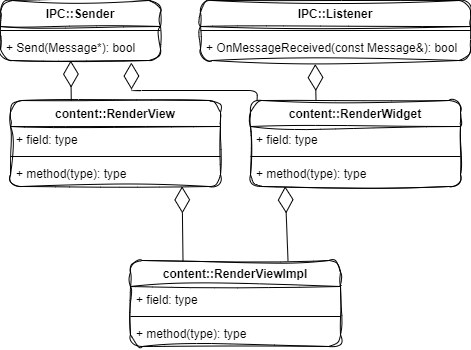
Earlier version of the draw.io export chromium/chromium/IPC/markdownimage/02renderprocess.drawio.png (Oreoxp/StudyDiary). Source tidied: cells renumbered, new cells last; positions are measured from the earlier drawing's top-left corner, leaving out a move shared by most shapes. Source of this version:
```xml
<mxGraphModel>
  <root>
    <mxCell id="0" />
    <mxCell id="1" parent="0" />
    <mxCell id="2" value="content::RenderViewImpl" style="swimlane;fontStyle=1;align=center;verticalAlign=top;horizontal=1;startSize=26;rounded=1;sketch=1;curveFitting=1;jiggle=2;" parent="1" vertex="1">
      <mxGeometry x="130" y="260" width="210" height="86" as="geometry" />
    </mxCell>
    <mxCell id="3" value="+ field: type" style="text;strokeColor=none;fillColor=none;align=left;verticalAlign=top;spacingLeft=4;spacingRight=4;overflow=hidden;points=[[0,0.5],[1,0.5]];portConstraint=eastwest;" parent="2" vertex="1">
      <mxGeometry y="26" width="210" height="26" as="geometry" />
    </mxCell>
    <mxCell id="4" style="line;strokeWidth=1;fillColor=none;align=left;verticalAlign=middle;spacingTop=-1;spacingLeft=3;spacingRight=3;labelPosition=right;strokeColor=inherit;" parent="2" vertex="1">
      <mxGeometry y="52" width="210" height="8" as="geometry" />
    </mxCell>
    <mxCell id="5" value="+ method(type): type" style="text;strokeColor=none;fillColor=none;align=left;verticalAlign=top;spacingLeft=4;spacingRight=4;overflow=hidden;" parent="2" vertex="1">
      <mxGeometry y="60" width="210" height="26" as="geometry" />
    </mxCell>
    <mxCell id="6" value="content::RenderWidget" style="swimlane;fontStyle=1;align=center;verticalAlign=top;horizontal=1;startSize=26;rounded=1;sketch=1;curveFitting=1;jiggle=2;" parent="1" vertex="1">
      <mxGeometry x="250" y="100" width="210" height="86" as="geometry" />
    </mxCell>
    <mxCell id="7" value="+ field: type" style="text;strokeColor=none;fillColor=none;align=left;verticalAlign=top;spacingLeft=4;spacingRight=4;overflow=hidden;" parent="6" vertex="1">
      <mxGeometry y="26" width="210" height="26" as="geometry" />
    </mxCell>
    <mxCell id="8" style="line;strokeWidth=1;fillColor=none;align=left;verticalAlign=middle;spacingTop=-1;spacingLeft=3;spacingRight=3;labelPosition=right;strokeColor=inherit;" parent="6" vertex="1">
      <mxGeometry y="52" width="210" height="8" as="geometry" />
    </mxCell>
    <mxCell id="9" value="+ method(type): type" style="text;strokeColor=none;fillColor=none;align=left;verticalAlign=top;spacingLeft=4;spacingRight=4;overflow=hidden;points=[[0,0.5],[1,0.5]];portConstraint=eastwest;" parent="6" vertex="1">
      <mxGeometry y="60" width="210" height="26" as="geometry" />
    </mxCell>
    <mxCell id="10" value="content::RenderView" style="swimlane;fontStyle=1;align=center;verticalAlign=top;horizontal=1;startSize=26;rounded=1;sketch=1;curveFitting=1;jiggle=2;" parent="1" vertex="1">
      <mxGeometry x="10" y="100" width="210" height="86" as="geometry" />
    </mxCell>
    <mxCell id="11" value="+ field: type" style="text;strokeColor=none;fillColor=none;align=left;verticalAlign=top;spacingLeft=4;spacingRight=4;overflow=hidden;" parent="10" vertex="1">
      <mxGeometry y="26" width="210" height="26" as="geometry" />
    </mxCell>
    <mxCell id="12" style="line;strokeWidth=1;fillColor=none;align=left;verticalAlign=middle;spacingTop=-1;spacingLeft=3;spacingRight=3;labelPosition=right;strokeColor=inherit;" parent="10" vertex="1">
      <mxGeometry y="52" width="210" height="8" as="geometry" />
    </mxCell>
    <mxCell id="13" value="+ method(type): type" style="text;strokeColor=none;fillColor=none;align=left;verticalAlign=top;spacingLeft=4;spacingRight=4;overflow=hidden;points=[[0,0.5],[1,0.5]];portConstraint=eastwest;" parent="10" vertex="1">
      <mxGeometry y="60" width="210" height="26" as="geometry" />
    </mxCell>
    <mxCell id="14" style="endArrow=diamondThin;endFill=0;endSize=24;html=1;exitX=0.25;exitY=0;exitDx=0;exitDy=0;entryX=0.817;entryY=0.995;entryDx=0;entryDy=0;entryPerimeter=0;" parent="1" edge="1" source="2" target="13">
      <mxGeometry relative="1" as="geometry" />
    </mxCell>
    <mxCell id="15" style="endArrow=diamondThin;endFill=0;endSize=24;html=1;exitX=0.75;exitY=0;exitDx=0;exitDy=0;entryX=0.165;entryY=0.995;entryDx=0;entryDy=0;entryPerimeter=0;" parent="1" edge="1" source="2" target="9">
      <mxGeometry relative="1" as="geometry" />
    </mxCell>
    <mxCell id="16" value="IPC::Listener" style="swimlane;fontStyle=1;align=center;verticalAlign=top;horizontal=1;startSize=26;rounded=1;sketch=1;curveFitting=1;jiggle=2;swimlaneLine=1;shadow=0;glass=0;" parent="1" vertex="1">
      <mxGeometry x="200" width="270" height="60" as="geometry" />
    </mxCell>
    <mxCell id="17" style="line;strokeWidth=1;fillColor=none;align=left;verticalAlign=middle;spacingTop=-1;spacingLeft=3;spacingRight=3;labelPosition=right;strokeColor=inherit;" parent="16" vertex="1">
      <mxGeometry y="26" width="270" height="8" as="geometry" />
    </mxCell>
    <mxCell id="18" value="+ OnMessageReceived(const Message&amp;): bool " style="text;strokeColor=none;fillColor=none;align=left;verticalAlign=top;spacingLeft=4;spacingRight=4;overflow=hidden;points=[[0,0.5],[1,0.5]];portConstraint=eastwest;" parent="16" vertex="1">
      <mxGeometry y="34" width="270" height="26" as="geometry" />
    </mxCell>
    <mxCell id="19" value="IPC::Sender" style="swimlane;fontStyle=1;align=center;verticalAlign=top;horizontal=1;startSize=26;rounded=1;sketch=1;curveFitting=1;jiggle=2;swimlaneLine=1;shadow=0;glass=0;" parent="1" vertex="1">
      <mxGeometry width="160" height="60" as="geometry" />
    </mxCell>
    <mxCell id="20" style="line;strokeWidth=1;fillColor=none;align=left;verticalAlign=middle;spacingTop=-1;spacingLeft=3;spacingRight=3;labelPosition=right;strokeColor=inherit;" parent="19" vertex="1">
      <mxGeometry y="26" width="160" height="8" as="geometry" />
    </mxCell>
    <mxCell id="21" value="+ Send(Message*): bool" style="text;strokeColor=none;fillColor=none;align=left;verticalAlign=top;spacingLeft=4;spacingRight=4;overflow=hidden;points=[[0,0.5],[1,0.5]];portConstraint=eastwest;" parent="19" vertex="1">
      <mxGeometry y="34" width="160" height="26" as="geometry" />
    </mxCell>
    <mxCell id="22" style="endArrow=diamondThin;endFill=0;endSize=24;html=1;entryX=0.425;entryY=1.137;entryDx=0;entryDy=0;entryPerimeter=0;exitX=0.312;exitY=0.006;exitDx=0;exitDy=0;exitPerimeter=0;" parent="1" edge="1" source="6" target="18">
      <mxGeometry relative="1" as="geometry" />
    </mxCell>
    <mxCell id="23" style="endArrow=diamondThin;endFill=0;endSize=24;html=1;exitX=0.031;exitY=0.006;exitDx=0;exitDy=0;entryX=0.818;entryY=1.079;entryDx=0;entryDy=0;entryPerimeter=0;exitPerimeter=0;" parent="1" edge="1" source="6" target="21">
      <mxGeometry relative="1" as="geometry">
        <Array as="points">
          <mxPoint x="257" y="90" />
          <mxPoint x="131" y="90" />
        </Array>
      </mxGeometry>
    </mxCell>
    <mxCell id="24" style="endArrow=diamondThin;endFill=0;endSize=24;html=1;exitX=0.312;exitY=0.006;exitDx=0;exitDy=0;exitPerimeter=0;entryX=0.439;entryY=1.005;entryDx=0;entryDy=0;entryPerimeter=0;" parent="1" edge="1" target="21">
      <mxGeometry relative="1" as="geometry">
        <mxPoint x="70.8" y="100" as="sourcePoint" />
      </mxGeometry>
    </mxCell>
  </root>
</mxGraphModel>
```
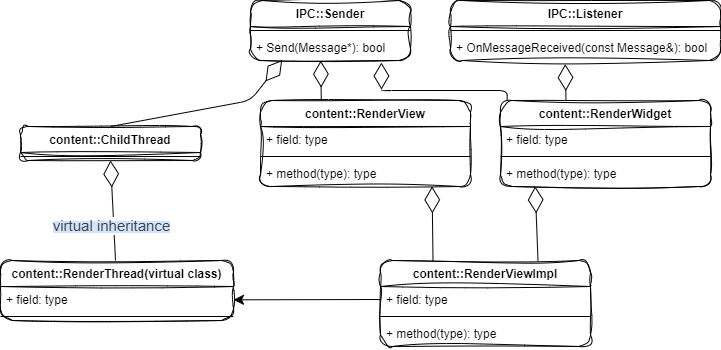
Above is the later version.

The edit, as a diff of the source:
```diff
@@ -78,5 +78,36 @@
         <mxPoint x="70.8" y="100" as="sourcePoint" />
       </mxGeometry>
     </mxCell>
+    <mxCell id="25" value="content::RenderThread(virtual class)" style="swimlane;fontStyle=1;align=center;verticalAlign=top;horizontal=1;startSize=26;rounded=1;sketch=1;curveFitting=1;jiggle=2;" parent="1" vertex="1">
+      <mxGeometry x="-250" y="260" width="233" height="60" as="geometry" />
+    </mxCell>
+    <mxCell id="26" value="+ field: type" style="text;strokeColor=none;fillColor=none;align=left;verticalAlign=top;spacingLeft=4;spacingRight=4;overflow=hidden;points=[[0,0.5],[1,0.5]];portConstraint=eastwest;" parent="25" vertex="1">
+      <mxGeometry y="26" width="233" height="26" as="geometry" />
+    </mxCell>
+    <mxCell id="27" style="line;strokeWidth=1;fillColor=none;align=left;verticalAlign=middle;spacingTop=-1;spacingLeft=3;spacingRight=3;labelPosition=right;strokeColor=inherit;" parent="25" vertex="1">
+      <mxGeometry y="52" width="233" height="8" as="geometry" />
+    </mxCell>
+    <mxCell id="28" value="content::ChildThread" style="swimlane;fontStyle=1;align=center;verticalAlign=top;horizontal=1;startSize=26;rounded=1;sketch=1;curveFitting=1;jiggle=2;swimlaneLine=1;shadow=0;glass=0;" parent="1" vertex="1">
+      <mxGeometry x="-230" y="126" width="180" height="34" as="geometry" />
+    </mxCell>
+    <mxCell id="29" style="line;strokeWidth=1;fillColor=none;align=left;verticalAlign=middle;spacingTop=-1;spacingLeft=3;spacingRight=3;labelPosition=right;strokeColor=inherit;" parent="28" vertex="1">
+      <mxGeometry y="26" width="180" height="8" as="geometry" />
+    </mxCell>
+    <mxCell id="30" style="endArrow=diamondThin;endFill=0;endSize=24;html=1;entryX=0.5;entryY=1;entryDx=0;entryDy=0;" parent="1" edge="1" source="25" target="28">
+      <mxGeometry relative="1" as="geometry" />
+    </mxCell>
+    <mxCell id="31" value="&lt;span style=&quot;color: rgb(60, 64, 67); font-family: Roboto, RobotoDraft, Helvetica, Arial, sans-serif; background-color: rgb(210, 227, 252);&quot;&gt;&lt;font style=&quot;font-size: 15px;&quot;&gt;virtual inheritance&lt;/font&gt;&lt;/span&gt;" style="edgeLabel;html=1;align=center;verticalAlign=middle;" parent="30" vertex="1">
+      <mxGeometry x="-0.28" y="3" relative="1" as="geometry" />
+    </mxCell>
+    <mxCell id="32" style="endArrow=diamondThin;endFill=0;endSize=24;html=1;exitX=0.5;exitY=0;exitDx=0;exitDy=0;entryX=0.198;entryY=0.984;entryDx=0;entryDy=0;entryPerimeter=0;" parent="1" edge="1" source="28" target="21">
+      <mxGeometry relative="1" as="geometry">
+        <Array as="points">
+          <mxPoint y="100" />
+        </Array>
+      </mxGeometry>
+    </mxCell>
+    <mxCell id="33" style="edgeStyle=elbowEdgeStyle;elbow=vertical;endArrow=classic;html=1;curved=0;rounded=0;endSize=8;startSize=8;fontSize=15;exitX=0;exitY=0.5;exitDx=0;exitDy=0;entryX=1;entryY=0.5;entryDx=0;entryDy=0;" parent="1" edge="1" source="3" target="26">
+      <mxGeometry relative="1" as="geometry" />
+    </mxCell>
   </root>
 </mxGraphModel>
```
